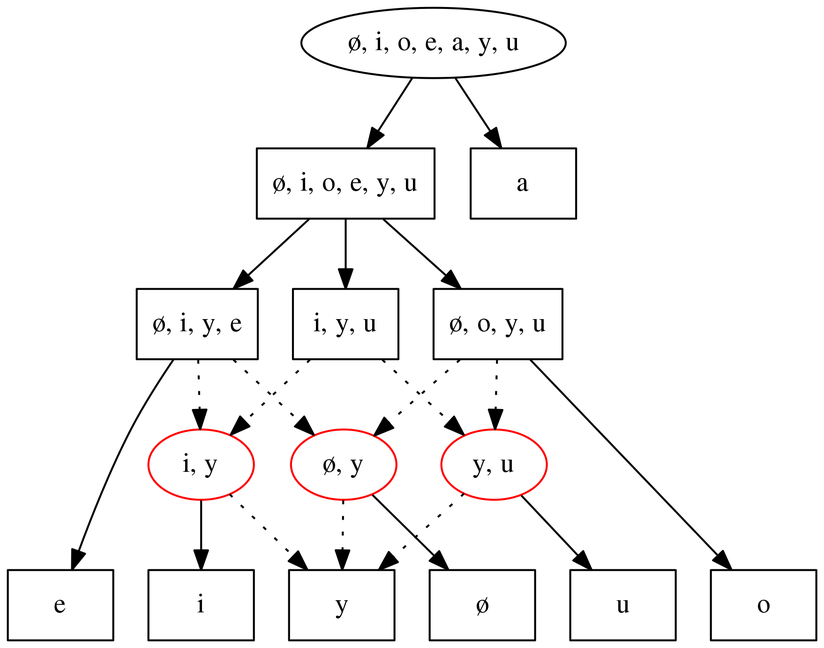
Earlier version of the Graphviz export squib/diagrams/vowel_inventory_closure.png (rdaland/Pheatures). Its source is kept beside it as squib/diagrams/vowel_inventory_closure.gv.
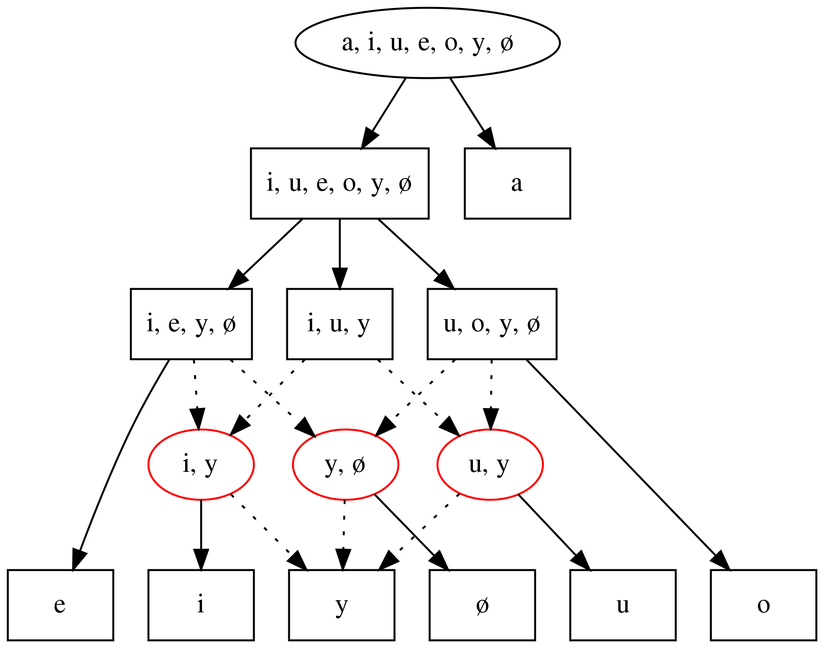
Above is the later version.

The edit, as a diff of the source:
```diff
@@ -1,10 +1,10 @@
 digraph {
 	graph [ dpi = 300 ];
-	0 [label="ø, i, o, e, a, y, u"]
-	1 [label="ø, i, o, e, y, u",shape=box]
-	2 [label="ø, i, y, e",shape=box]
-	3 [label="ø, o, y, u",shape=box]
-	4 [label="i, y, u",shape=box]
+	0 [label="a, i, u, e, o, y, ø"]
+	1 [label="i, u, e, o, y, ø",shape=box]
+	2 [label="i, e, y, ø",shape=box]
+	3 [label="u, o, y, ø",shape=box]
+	4 [label="i, u, y",shape=box]
 	5 [label="i",shape=box]
 	6 [label="y",shape=box]
 	7 [label="u",shape=box]
@@ -12,9 +12,9 @@
 	9 [label="ø",shape=box]
 	10 [label="o",shape=box,level=0]
 	11 [label="a",shape=box]
-	12 [label="ø, y",color=red]
+	12 [label="y, ø",color=red]
 	13 [label="i, y",color=red]
-	14 [label="y, u",color=red]
+	14 [label="u, y",color=red]
 	0 -> 1 []
 	0 -> 11 []
 	1 -> 2 []
```
